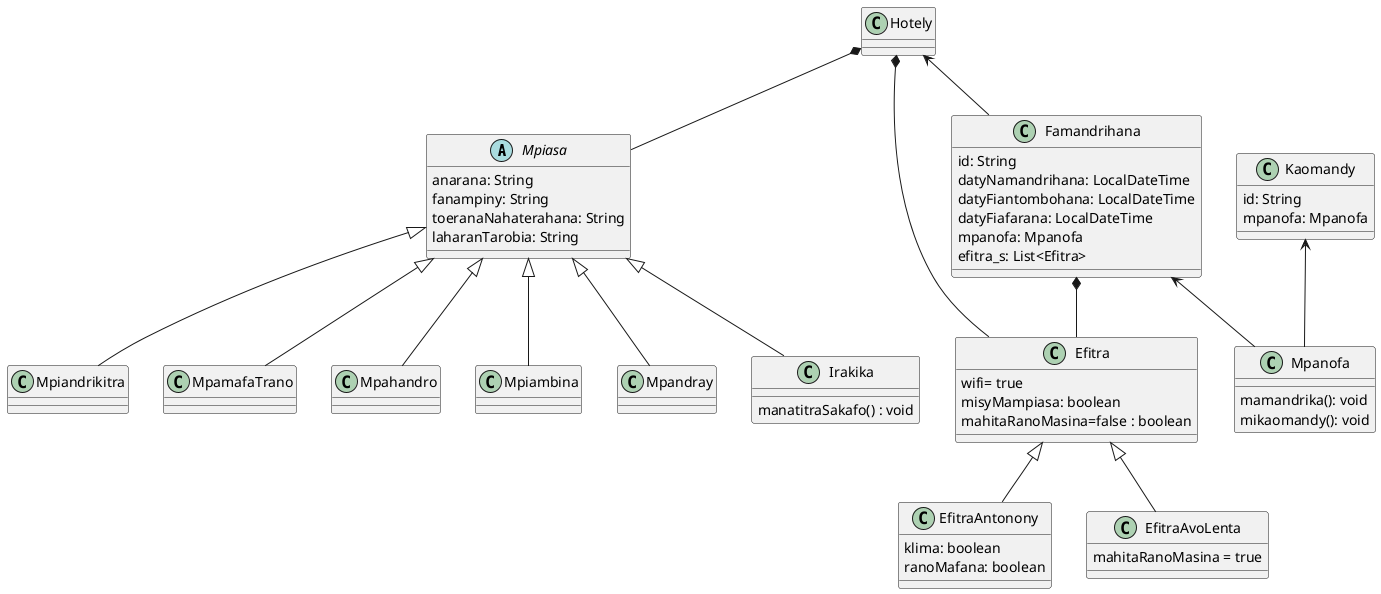
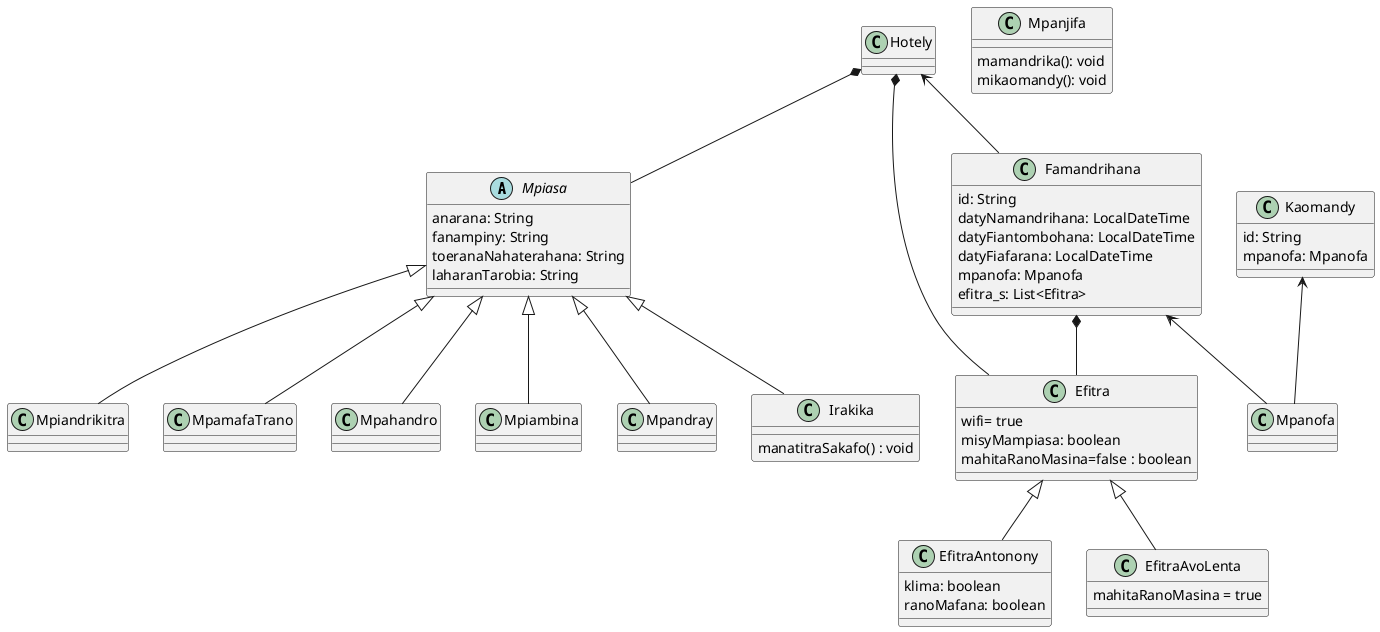
@startuml
abstract Mpiasa {
    anarana: String
    fanampiny: String
    toeranaNahaterahana: String
    laharanTarobia: String
}
Mpiasa <|-- Mpiandrikitra
Mpiasa <|-- MpamafaTrano
Mpiasa <|-- Mpahandro
Mpiasa <|-- Mpiambina
Mpiasa <|-- Mpandray
Mpiasa <|-- Irakika
class Irakika {
    manatitraSakafo() : void
}
class Kaomandy {
    id: String
    mpanofa: Mpanofa
}
Kaomandy <-- Mpanofa
Hotely *-- Mpiasa
Hotely *-- Efitra
class Efitra {
    wifi= true
    misyMampiasa: boolean
    mahitaRanoMasina=false : boolean
}
class EfitraAntonony {
    klima: boolean
    ranoMafana: boolean
}
class EfitraAvoLenta {
    mahitaRanoMasina = true
}
Famandrihana *-- Efitra
Efitra <|-- EfitraAntonony
Efitra <|-- EfitraAvoLenta
class Famandrihana {
    id: String
    datyNamandrihana: LocalDateTime
    datyFiantombohana: LocalDateTime
    datyFiafarana: LocalDateTime
    mpanofa: Mpanofa
    efitra_s: List<Efitra>
}

- class Mpanofa {
+ class Mpanjifa {
    mamandrika(): void
    mikaomandy(): void
}

Famandrihana <-- Mpanofa
Hotely <-- Famandrihana
@enduml